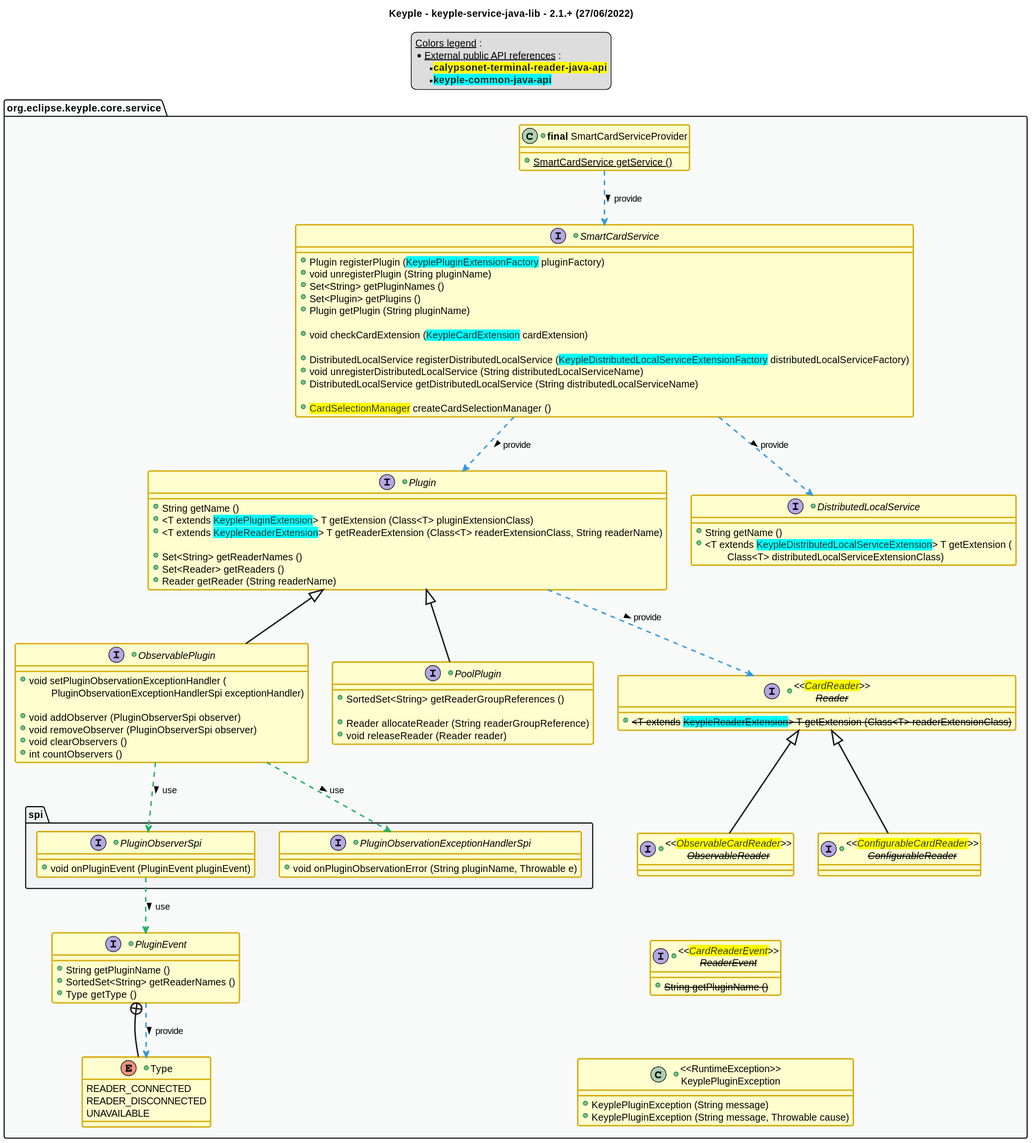
Before: src/main/uml/api_class_diagram.svg, a diagram exported from PlantUML (eclipse-keyple/keyple-service-java-lib).
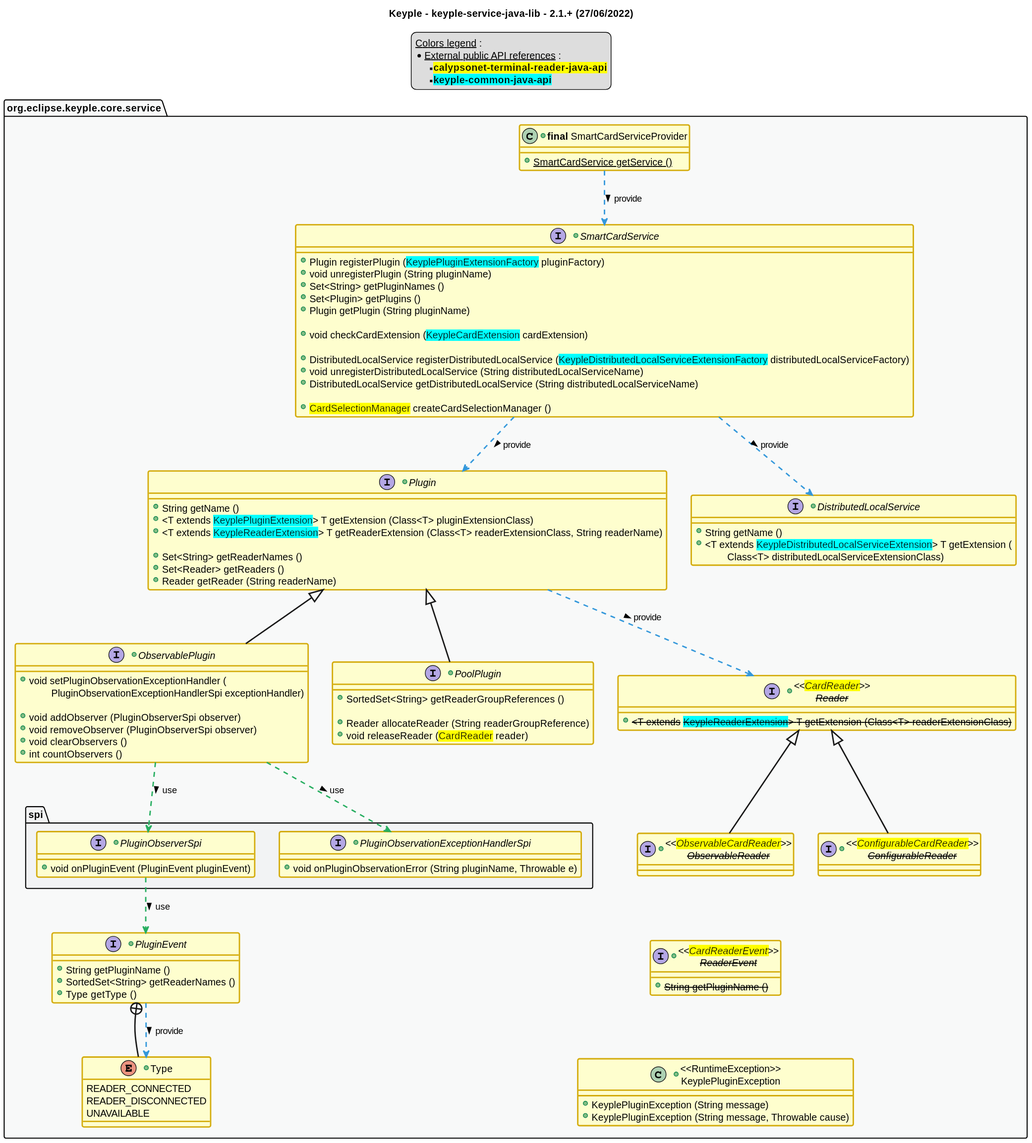
After the change.

Commit message:
feat: use CardReader instead of Reader when possible

What changed in the source:
```diff
@@ -93,7 +93,7 @@
         +SortedSet<String> getReaderGroupReferences ()
 
         +Reader allocateReader (String readerGroupReference)
-        +void releaseReader (Reader reader)
+        +void releaseReader (<back:yellow>CardReader</back> reader)
     }
     +interface "<<<back:yellow>CardReader</back>>>\n<s>Reader</s>" as Reader {
         +<s><T extends <back:cyan>KeypleReaderExtension</back>> T getExtension (Class<T> readerExtensionClass)</s>
```
